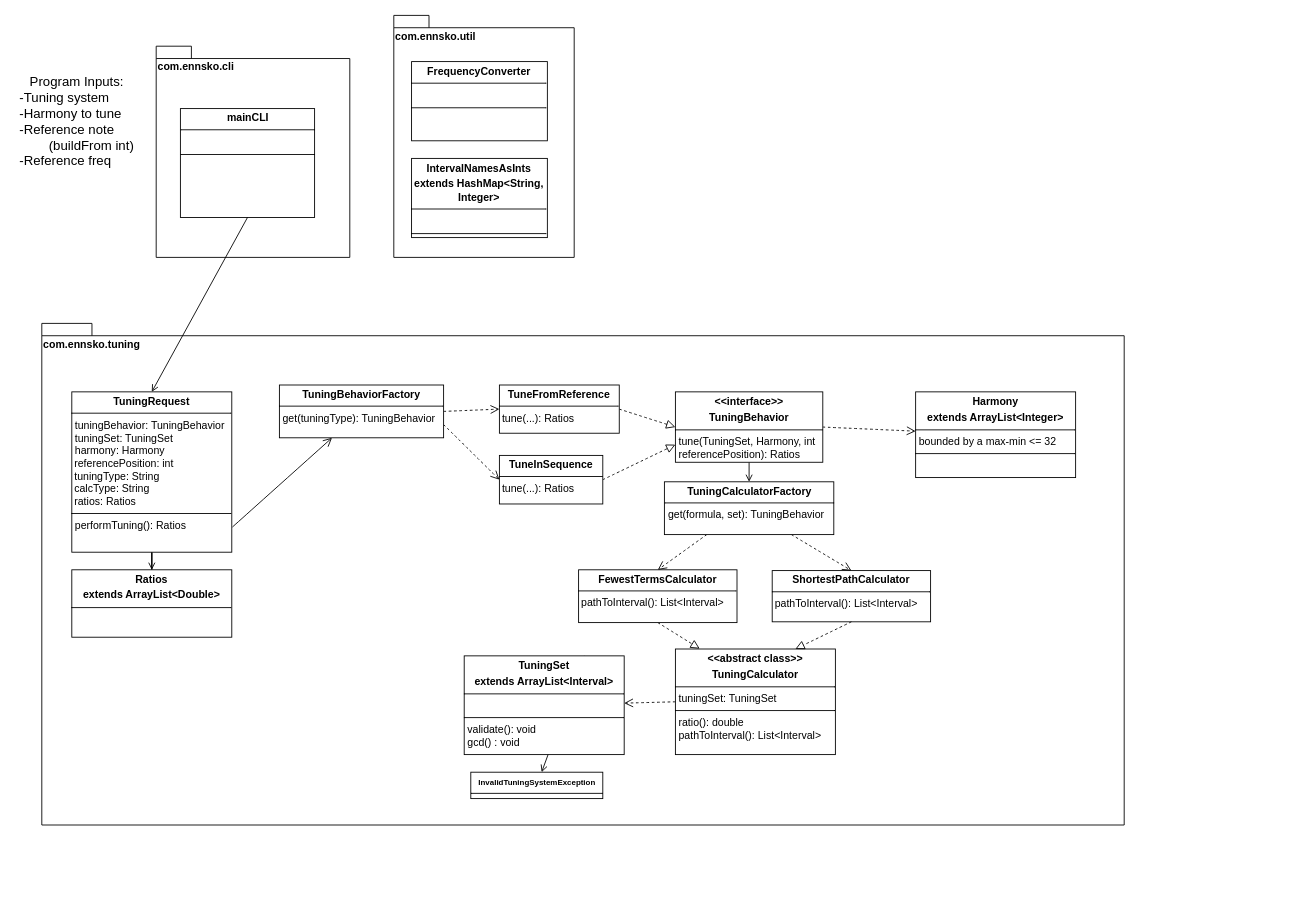
The draw.io diagram uml/polymnia.drawio in ennskevin/polymnia, before the edit. Source tidied: cells renumbered, new cells numbered last; positions are measured from the earlier drawing's top-left corner, leaving out a move shared by most shapes. Both pictures are drawn from the tidied source at 88%, with x=0, y=0 at pixel (15, 15).
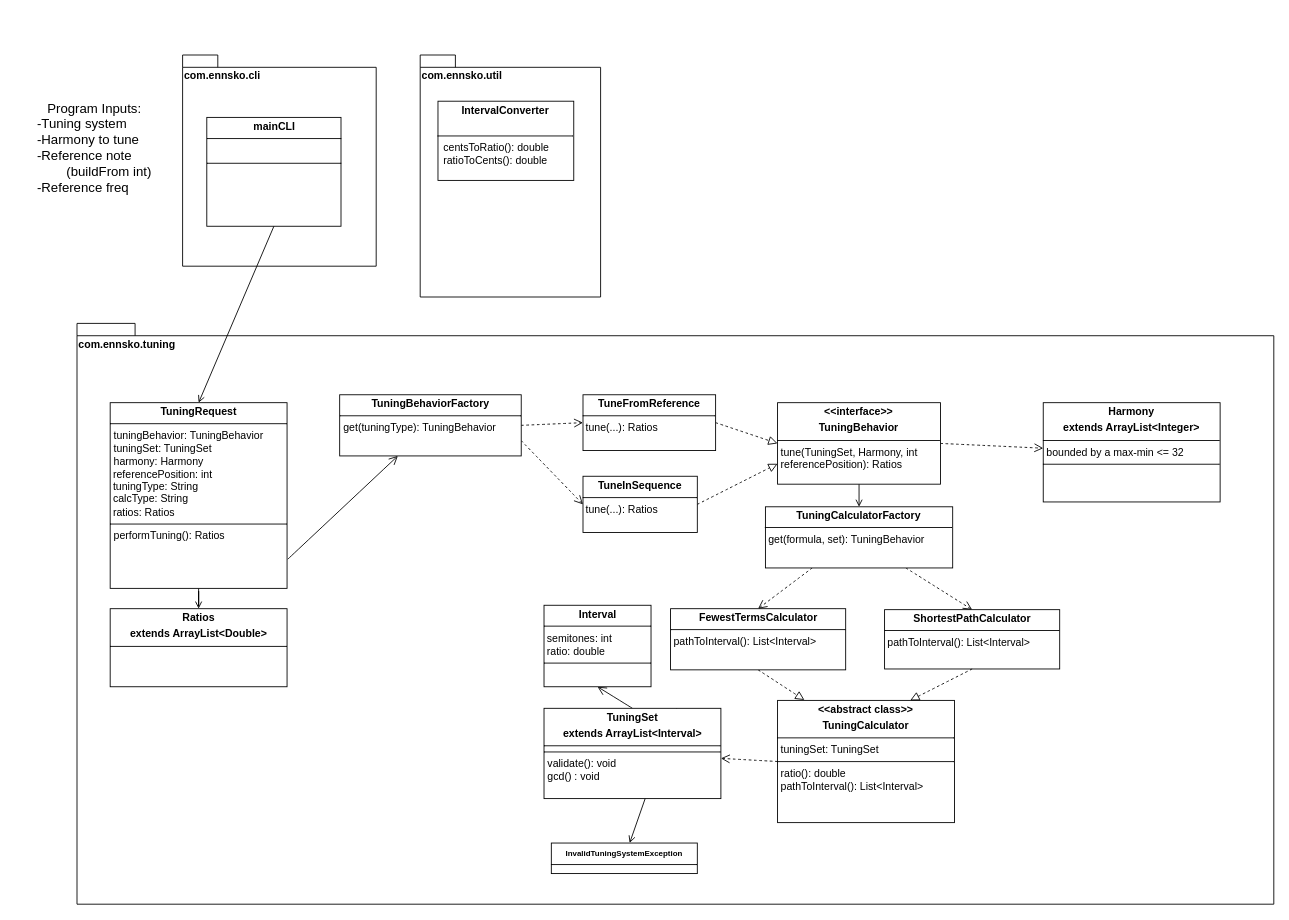
After the change.

Diff of the diagram source:
```diff
@@
     <mxCell id="2" value="com.ennsko.cli" style="shape=folder;fontStyle=1;spacingTop=10;tabWidth=40;tabHeight=14;tabPosition=left;html=1;whiteSpace=wrap;verticalAlign=top;align=left;" parent="1" vertex="1">
-      <mxGeometry x="160" y="35" width="220" height="240" as="geometry" />
+      <mxGeometry x="190" y="45" width="220" height="240" as="geometry" />
     </mxCell>
@@
     <mxCell id="4" value="com.ennsko.tuning" style="shape=folder;fontStyle=1;spacingTop=10;tabWidth=40;tabHeight=14;tabPosition=left;html=1;whiteSpace=wrap;verticalAlign=top;align=left;" parent="1" vertex="1">
-      <mxGeometry x="30" y="350" width="1230" height="570" as="geometry" />
+      <mxGeometry x="70" y="350" width="1360" height="660" as="geometry" />
     </mxCell>
     <mxCell id="5" value="&lt;p style=&quot;margin:0px;margin-top:4px;text-align:center;&quot;&gt;&lt;b&gt;Harmony&lt;/b&gt;&lt;/p&gt;&lt;p style=&quot;margin:0px;margin-top:4px;text-align:center;&quot;&gt;&lt;b&gt;extends ArrayList&amp;lt;Integer&amp;gt;&lt;/b&gt;&lt;/p&gt;&lt;hr size=&quot;1&quot; style=&quot;border-style:solid;&quot;&gt;&lt;p style=&quot;margin:0px;margin-left:4px;&quot;&gt;bounded by a max-min &amp;lt;= 32&lt;/p&gt;&lt;hr size=&quot;1&quot; style=&quot;border-style:solid;&quot;&gt;&lt;p style=&quot;margin:0px;margin-left:4px;&quot;&gt;&lt;br&gt;&lt;/p&gt;" style="verticalAlign=top;align=left;overflow=fill;html=1;whiteSpace=wrap;" parent="4" vertex="1">
-      <mxGeometry x="993" y="77.8" width="181.8" height="97.4" as="geometry" />
+      <mxGeometry x="1098" y="90.1" width="201" height="112.8" as="geometry" />
     </mxCell>
@@
+    <mxCell id="38" style="edgeStyle=none;curved=1;rounded=0;jettySize=auto;html=1;exitX=0.5;exitY=0;exitDx=0;exitDy=0;entryX=0.5;entryY=1;entryDx=0;entryDy=0;fontSize=12;startSize=8;endSize=8;endArrow=open;endFill=0;" parent="4" edge="1" source="7" target="39">
+      <mxGeometry relative="1" as="geometry" />
+    </mxCell>
-    <mxCell id="7" value="&lt;p style=&quot;margin:0px;margin-top:4px;text-align:center;&quot;&gt;&lt;b&gt;TuningSet&lt;/b&gt;&lt;/p&gt;&lt;p style=&quot;margin:0px;margin-top:4px;text-align:center;&quot;&gt;&lt;b&gt;extends ArrayList&amp;lt;Interval&amp;gt;&lt;/b&gt;&lt;/p&gt;&lt;hr size=&quot;1&quot; style=&quot;border-style:solid;&quot;&gt;&lt;p style=&quot;margin:0px;margin-left:4px;&quot;&gt;&lt;br&gt;&lt;/p&gt;&lt;hr size=&quot;1&quot; style=&quot;border-style:solid;&quot;&gt;&lt;p style=&quot;margin:0px;margin-left:4px;&quot;&gt;validate(): void&lt;/p&gt;&lt;p style=&quot;margin:0px;margin-left:4px;&quot;&gt;gcd() : void&lt;/p&gt;" style="verticalAlign=top;align=left;overflow=fill;html=1;whiteSpace=wrap;" parent="4" vertex="1">
-      <mxGeometry x="480" y="377.8" width="181.8" height="112.2" as="geometry" />
+    <mxCell id="7" value="&lt;p style=&quot;margin:0px;margin-top:4px;text-align:center;&quot;&gt;&lt;b&gt;TuningSet&lt;/b&gt;&lt;/p&gt;&lt;p style=&quot;margin:0px;margin-top:4px;text-align:center;&quot;&gt;&lt;b&gt;extends ArrayList&amp;lt;Interval&amp;gt;&lt;/b&gt;&lt;/p&gt;&lt;hr size=&quot;1&quot; style=&quot;border-style:solid;&quot;&gt;&lt;hr size=&quot;1&quot; style=&quot;border-style:solid;&quot;&gt;&lt;p style=&quot;margin:0px;margin-left:4px;&quot;&gt;validate(): void&lt;/p&gt;&lt;p style=&quot;margin:0px;margin-left:4px;&quot;&gt;gcd() : void&lt;/p&gt;" style="verticalAlign=top;align=left;overflow=fill;html=1;whiteSpace=wrap;" parent="4" vertex="1">
+      <mxGeometry x="530.7" y="437.4" width="201" height="102.6" as="geometry" />
     </mxCell>
@@
     <mxCell id="9" value="&lt;p style=&quot;margin:0px;margin-top:4px;text-align:center;&quot;&gt;&lt;b&gt;&amp;lt;&amp;lt;abstract class&amp;gt;&amp;gt;&lt;/b&gt;&lt;/p&gt;&lt;p style=&quot;margin:0px;margin-top:4px;text-align:center;&quot;&gt;&lt;b&gt;TuningCalculator&lt;/b&gt;&lt;/p&gt;&lt;hr size=&quot;1&quot; style=&quot;border-style:solid;&quot;&gt;&lt;p style=&quot;margin:0px;margin-left:4px;&quot;&gt;tuningSet: TuningSet&lt;/p&gt;&lt;hr size=&quot;1&quot; style=&quot;border-style:solid;&quot;&gt;&lt;p style=&quot;margin:0px;margin-left:4px;&quot;&gt;ratio(): double&lt;/p&gt;&lt;p style=&quot;margin:0px;margin-left:4px;&quot;&gt;pathToInterval(): List&amp;lt;Interval&amp;gt;&lt;/p&gt;" style="verticalAlign=top;align=left;overflow=fill;html=1;whiteSpace=wrap;" parent="4" vertex="1">
-      <mxGeometry x="720" y="370" width="181.8" height="120" as="geometry" />
+      <mxGeometry x="796.1" y="428.4" width="201" height="138.9" as="geometry" />
     </mxCell>
@@
     <mxCell id="12" value="&lt;p style=&quot;margin:0px;margin-top:4px;text-align:center;&quot;&gt;&lt;b&gt;TuningRequest&lt;/b&gt;&lt;/p&gt;&lt;hr size=&quot;1&quot; style=&quot;border-style:solid;&quot;&gt;&lt;p style=&quot;margin:0px;margin-left:4px;&quot;&gt;tuningBehavior: TuningBehavior&lt;/p&gt;&lt;p style=&quot;margin:0px;margin-left:4px;&quot;&gt;tuningSet: TuningSet&lt;/p&gt;&lt;p style=&quot;margin:0px;margin-left:4px;&quot;&gt;harmony: Harmony&lt;/p&gt;&lt;div&gt;&amp;nbsp;referencePosition: int&lt;/div&gt;&lt;div&gt;&amp;nbsp;tuningType: String&lt;/div&gt;&lt;div&gt;&amp;nbsp;calcType: String&lt;/div&gt;&lt;div&gt;&amp;nbsp;ratios: Ratios&lt;/div&gt;&lt;hr size=&quot;1&quot; style=&quot;border-style:solid;&quot;&gt;&lt;p style=&quot;margin:0px;margin-left:4px;&quot;&gt;performTuning(): Ratios&lt;/p&gt;" style="verticalAlign=top;align=left;overflow=fill;html=1;whiteSpace=wrap;" parent="4" vertex="1">
-      <mxGeometry x="34.1" y="77.8" width="181.8" height="182.2" as="geometry" />
+      <mxGeometry x="37.7" y="90.1" width="201" height="211" as="geometry" />
     </mxCell>
     <mxCell id="13" value="&lt;p style=&quot;margin:0px;margin-top:4px;text-align:center;&quot;&gt;&lt;b&gt;Ratios&lt;/b&gt;&lt;/p&gt;&lt;p style=&quot;margin:0px;margin-top:4px;text-align:center;&quot;&gt;&lt;b&gt;extends ArrayList&amp;lt;Double&amp;gt;&lt;/b&gt;&lt;/p&gt;&lt;hr size=&quot;1&quot; style=&quot;border-style:solid;&quot;&gt;&lt;br&gt;&amp;nbsp;" style="verticalAlign=top;align=left;overflow=fill;html=1;whiteSpace=wrap;" parent="4" vertex="1">
-      <mxGeometry x="34.1" y="280" width="181.8" height="76.6" as="geometry" />
+      <mxGeometry x="37.7" y="324.2" width="201" height="88.7" as="geometry" />
     </mxCell>
     <mxCell id="14" value="&lt;p style=&quot;margin:0px;margin-top:4px;text-align:center;&quot;&gt;&lt;font style=&quot;font-size: 9px;&quot;&gt;&lt;b&gt;InvalidTuningSystemException&lt;/b&gt;&lt;/font&gt;&lt;/p&gt;&lt;hr size=&quot;1&quot; style=&quot;border-style:solid;&quot;&gt;&lt;div style=&quot;height:2px;&quot;&gt;&lt;/div&gt;" style="verticalAlign=top;align=left;overflow=fill;html=1;whiteSpace=wrap;" parent="4" vertex="1">
-      <mxGeometry x="487.5" y="510" width="150" height="30" as="geometry" />
+      <mxGeometry x="539" y="590.5" width="165.9" height="34.7" as="geometry" />
     </mxCell>
@@
     <mxCell id="17" value="&lt;p style=&quot;margin:0px;margin-top:4px;text-align:center;&quot;&gt;&lt;b&gt;&amp;lt;&amp;lt;interface&amp;gt;&amp;gt;&lt;/b&gt;&lt;/p&gt;&lt;p style=&quot;margin:0px;margin-top:4px;text-align:center;&quot;&gt;&lt;b&gt;TuningBehavior&lt;/b&gt;&lt;/p&gt;&lt;hr size=&quot;1&quot; style=&quot;border-style:solid;&quot;&gt;&lt;p style=&quot;margin:0px;margin-left:4px;&quot;&gt;tune(TuningSet, Harmony, int referencePosition): Ratios&lt;/p&gt;" style="verticalAlign=top;align=left;overflow=fill;html=1;whiteSpace=wrap;" parent="4" vertex="1">
-      <mxGeometry x="720" y="77.8" width="167.5" height="80" as="geometry" />
+      <mxGeometry x="796.1" y="90.1" width="185.2" height="92.6" as="geometry" />
     </mxCell>
@@
     <mxCell id="20" value="&lt;p style=&quot;margin:0px;margin-top:4px;text-align:center;&quot;&gt;&lt;b&gt;TuningBehaviorFactory&lt;/b&gt;&lt;/p&gt;&lt;hr size=&quot;1&quot; style=&quot;border-style:solid;&quot;&gt;&lt;p style=&quot;margin:0px;margin-left:4px;&quot;&gt;get(tuningType): TuningBehavior&lt;/p&gt;" style="verticalAlign=top;align=left;overflow=fill;html=1;whiteSpace=wrap;" parent="4" vertex="1">
-      <mxGeometry x="270" y="70" width="186.6" height="60" as="geometry" />
+      <mxGeometry x="298.5" y="81.1" width="206.3" height="69.5" as="geometry" />
     </mxCell>
@@
     <mxCell id="22" value="&lt;p style=&quot;margin:0px;margin-top:4px;text-align:center;&quot;&gt;&lt;b&gt;TuneInSequence&lt;/b&gt;&lt;/p&gt;&lt;hr size=&quot;1&quot; style=&quot;border-style:solid;&quot;&gt;&amp;nbsp;tune(...): Ratios" style="verticalAlign=top;align=left;overflow=fill;html=1;whiteSpace=wrap;" parent="4" vertex="1">
-      <mxGeometry x="520" y="150" width="117.5" height="55.2" as="geometry" />
+      <mxGeometry x="575" y="173.7" width="129.9" height="63.9" as="geometry" />
     </mxCell>
@@
     <mxCell id="24" value="&lt;p style=&quot;margin:0px;margin-top:4px;text-align:center;&quot;&gt;&lt;b&gt;TuneFromReference&lt;/b&gt;&lt;/p&gt;&lt;hr size=&quot;1&quot; style=&quot;border-style:solid;&quot;&gt;&amp;nbsp;tune(...): Ratios" style="verticalAlign=top;align=left;overflow=fill;html=1;whiteSpace=wrap;" parent="4" vertex="1">
-      <mxGeometry x="520" y="70" width="136.2" height="54.8" as="geometry" />
+      <mxGeometry x="575" y="81.1" width="150.7" height="63.4" as="geometry" />
     </mxCell>
@@
     <mxCell id="27" value="&lt;p style=&quot;margin:0px;margin-top:4px;text-align:center;&quot;&gt;&lt;b&gt;FewestTermsCalculator&lt;/b&gt;&lt;/p&gt;&lt;hr size=&quot;1&quot; style=&quot;border-style:solid;&quot;&gt;&amp;nbsp;pathToInterval(): List&amp;lt;Interval&amp;gt;" style="verticalAlign=top;align=left;overflow=fill;html=1;whiteSpace=wrap;" parent="4" vertex="1">
-      <mxGeometry x="610" y="280" width="180" height="60" as="geometry" />
+      <mxGeometry x="674.5" y="324.2" width="199" height="69.5" as="geometry" />
     </mxCell>
     <mxCell id="28" value="&lt;p style=&quot;margin:0px;margin-top:4px;text-align:center;&quot;&gt;&lt;b&gt;ShortestPathCalculator&lt;/b&gt;&lt;/p&gt;&lt;hr size=&quot;1&quot; style=&quot;border-style:solid;&quot;&gt;&amp;nbsp;pathToInterval(): List&amp;lt;Interval&amp;gt;" style="verticalAlign=top;align=left;overflow=fill;html=1;whiteSpace=wrap;" parent="4" vertex="1">
-      <mxGeometry x="830" y="280.9" width="180" height="58.2" as="geometry" />
+      <mxGeometry x="917.7" y="325.3" width="199" height="67.4" as="geometry" />
     </mxCell>
@@
     <mxCell id="32" value="&lt;p style=&quot;margin:0px;margin-top:4px;text-align:center;&quot;&gt;&lt;b&gt;TuningCalculatorFactory&lt;/b&gt;&lt;/p&gt;&lt;hr size=&quot;1&quot; style=&quot;border-style:solid;&quot;&gt;&lt;p style=&quot;margin:0px;margin-left:4px;&quot;&gt;get(formula, set): TuningBehavior&lt;/p&gt;" style="verticalAlign=top;align=left;overflow=fill;html=1;whiteSpace=wrap;" parent="4" vertex="1">
-      <mxGeometry x="707.5" y="180" width="192.5" height="60" as="geometry" />
+      <mxGeometry x="782.3" y="208.4" width="212.8" height="69.5" as="geometry" />
     </mxCell>
+    <mxCell id="39" value="&lt;p style=&quot;margin:0px;margin-top:4px;text-align:center;&quot;&gt;&lt;b&gt;Interval&lt;/b&gt;&lt;/p&gt;&lt;hr size=&quot;1&quot; style=&quot;border-style:solid;&quot;&gt;&lt;div&gt;&amp;nbsp;semitones: int&lt;/div&gt;&lt;div&gt;&amp;nbsp;ratio: double&lt;/div&gt;&lt;hr size=&quot;1&quot; style=&quot;border-style:solid;&quot;&gt;&lt;p style=&quot;margin:0px;margin-left:4px;&quot;&gt;&lt;br&gt;&lt;/p&gt;" style="verticalAlign=top;align=left;overflow=fill;html=1;whiteSpace=wrap;" parent="4" vertex="1">
+      <mxGeometry x="530.7" y="320.3" width="121.6" height="92.6" as="geometry" />
+    </mxCell>
     <mxCell id="33" value="com.ennsko.util" style="shape=folder;fontStyle=1;spacingTop=10;tabWidth=40;tabHeight=14;tabPosition=left;html=1;whiteSpace=wrap;verticalAlign=top;align=left;" parent="1" vertex="1">
-      <mxGeometry x="430" width="205" height="275" as="geometry" />
+      <mxGeometry x="460" y="45" width="205" height="275" as="geometry" />
     </mxCell>
-    <mxCell id="34" value="&lt;p style=&quot;margin:0px;margin-top:4px;text-align:center;&quot;&gt;&lt;b&gt;FrequencyConverter&lt;/b&gt;&lt;/p&gt;&lt;hr size=&quot;1&quot; style=&quot;border-style:solid;&quot;&gt;&lt;p style=&quot;margin:0px;margin-left:4px;&quot;&gt;&lt;br&gt;&lt;/p&gt;&lt;hr size=&quot;1&quot; style=&quot;border-style:solid;&quot;&gt;&lt;p style=&quot;margin:0px;margin-left:4px;&quot;&gt;&lt;br&gt;&lt;/p&gt;" style="verticalAlign=top;align=left;overflow=fill;html=1;whiteSpace=wrap;" parent="33" vertex="1">
-      <mxGeometry x="20.2" y="52.5" width="154.3" height="90" as="geometry" />
-    </mxCell>
-    <mxCell id="35" value="&lt;p style=&quot;margin:0px;margin-top:4px;text-align:center;&quot;&gt;&lt;b&gt;IntervalNamesAsInts&lt;/b&gt;&lt;/p&gt;&lt;p style=&quot;margin:0px;margin-top:4px;text-align:center;&quot;&gt;&lt;b&gt;extends HashMap&amp;lt;String, Integer&amp;gt;&lt;/b&gt;&lt;/p&gt;&lt;hr size=&quot;1&quot; style=&quot;border-style:solid;&quot;&gt;&lt;p style=&quot;margin:0px;margin-left:4px;&quot;&gt;&lt;br&gt;&lt;/p&gt;&lt;hr size=&quot;1&quot; style=&quot;border-style:solid;&quot;&gt;&lt;p style=&quot;margin:0px;margin-left:4px;&quot;&gt;&lt;br&gt;&lt;/p&gt;" style="verticalAlign=top;align=left;overflow=fill;html=1;whiteSpace=wrap;" parent="33" vertex="1">
-      <mxGeometry x="20.2" y="162.5" width="154.3" height="90" as="geometry" />
-    </mxCell>
+    <mxCell id="40" value="&lt;p style=&quot;margin:0px;margin-top:4px;text-align:center;&quot;&gt;&lt;b&gt;IntervalConverter&lt;/b&gt;&lt;/p&gt;&lt;br&gt;&lt;hr size=&quot;1&quot; style=&quot;border-style:solid;&quot;&gt;&lt;div&gt;&amp;nbsp; centsToRatio(): double&lt;/div&gt;&lt;div&gt;&amp;nbsp; ratioToCents(): double&lt;/div&gt;" style="verticalAlign=top;align=left;overflow=fill;html=1;whiteSpace=wrap;" parent="33" vertex="1">
+      <mxGeometry x="20.2" y="52.5" width="154.3" height="90" as="geometry" />
+    </mxCell>
@@
     <mxCell id="37" value="&lt;div&gt;&lt;font style=&quot;font-size: 15px;&quot;&gt;Program Inputs:&lt;/font&gt;&lt;/div&gt;&lt;div align=&quot;left&quot;&gt;&lt;font style=&quot;font-size: 15px;&quot;&gt;-Tuning system&lt;/font&gt;&lt;/div&gt;&lt;div align=&quot;left&quot;&gt;&lt;font style=&quot;font-size: 15px;&quot;&gt;-Harmony to tune&lt;/font&gt;&lt;/div&gt;&lt;div align=&quot;left&quot;&gt;&lt;font style=&quot;font-size: 15px;&quot;&gt;-Reference note&lt;/font&gt;&lt;/div&gt;&lt;div align=&quot;left&quot;&gt;&lt;font style=&quot;font-size: 15px;&quot;&gt;&lt;span style=&quot;white-space: pre;&quot;&gt;&#9;&lt;/span&gt;(buildFrom int)&lt;/font&gt;&lt;/div&gt;&lt;div align=&quot;left&quot;&gt;&lt;font style=&quot;font-size: 15px;&quot;&gt;-Reference freq&lt;/font&gt;&lt;/div&gt;" style="text;html=1;align=center;verticalAlign=middle;whiteSpace=wrap;rounded=0;fontFamily=Helvetica;fontSize=11;fontColor=default;labelBackgroundColor=default;" parent="1" vertex="1">
-      <mxGeometry y="60" width="140" height="120" as="geometry" />
+      <mxGeometry x="20" y="90" width="140" height="120" as="geometry" />
     </mxCell>
```
